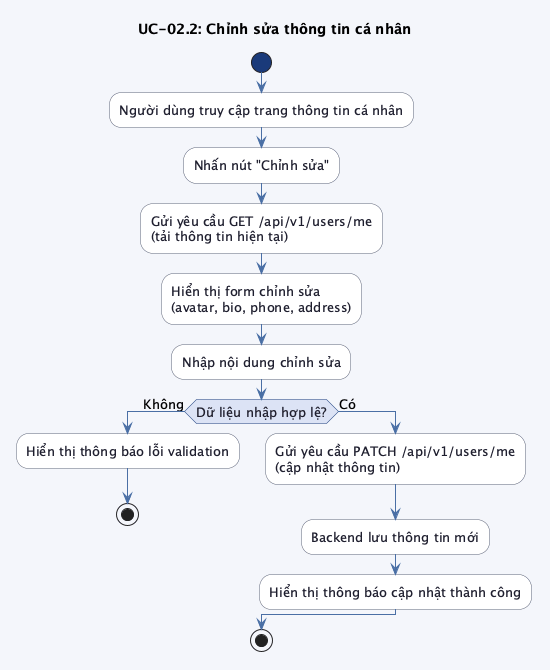
The PlantUML diagram src/images/chap3/activity_uc02_2.png in trongnhan34vn/trello-report, before a commit. Its diagram source:
```plantuml
@startuml activity_uc02_2

skinparam linetype ortho
skinparam defaultFontSize 13
skinparam backgroundColor #f4f6fb
skinparam activity {
    BackgroundColor #ffffff
    BorderColor #5b6279
    FontColor #1e1e2e
    ArrowColor #4a6fa5
    DiamondBackgroundColor #dce3f5
    DiamondBorderColor #1a3a7a
    DiamondFontColor #1e1e2e
    StartColor #1a3a7a
    EndColor #1a3a7a
}

title UC-02.2: Chỉnh sửa thông tin cá nhân

start

:Người dùng truy cập trang thông tin cá nhân;
:Nhấn nút "Chỉnh sửa";
:Gửi yêu cầu GET /api/v1/users/me\n(tải thông tin hiện tại);
:Hiển thị form chỉnh sửa\n(avatar, bio, phone, address);
:Nhập nội dung chỉnh sửa;

if (Dữ liệu nhập hợp lệ?) then (Không)
    :Hiển thị thông báo lỗi validation;
    stop
else (Có)
    :Gửi yêu cầu PATCH /api/v1/users/me\n(cập nhật thông tin);
    :Backend lưu thông tin mới;
    :Hiển thị thông báo cập nhật thành công;
endif

stop

@enduml
```
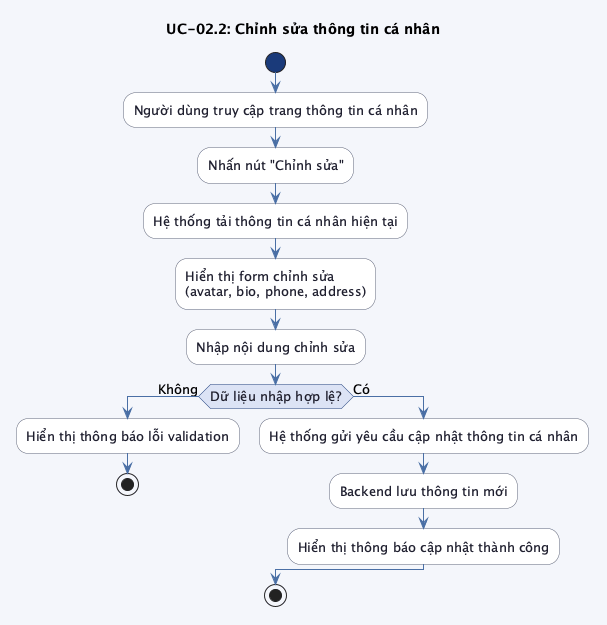
After the change.

The edit, as a diff of the source:
```diff
@@ -21,7 +21,7 @@
 
 :Người dùng truy cập trang thông tin cá nhân;
 :Nhấn nút "Chỉnh sửa";
-:Gửi yêu cầu GET /api/v1/users/me\n(tải thông tin hiện tại);
+:Hệ thống tải thông tin cá nhân hiện tại;
 :Hiển thị form chỉnh sửa\n(avatar, bio, phone, address);
 :Nhập nội dung chỉnh sửa;
 
@@ -29,7 +29,7 @@
     :Hiển thị thông báo lỗi validation;
     stop
 else (Có)
-    :Gửi yêu cầu PATCH /api/v1/users/me\n(cập nhật thông tin);
+    :Hệ thống gửi yêu cầu cập nhật thông tin cá nhân;
     :Backend lưu thông tin mới;
     :Hiển thị thông báo cập nhật thành công;
 endif
```
